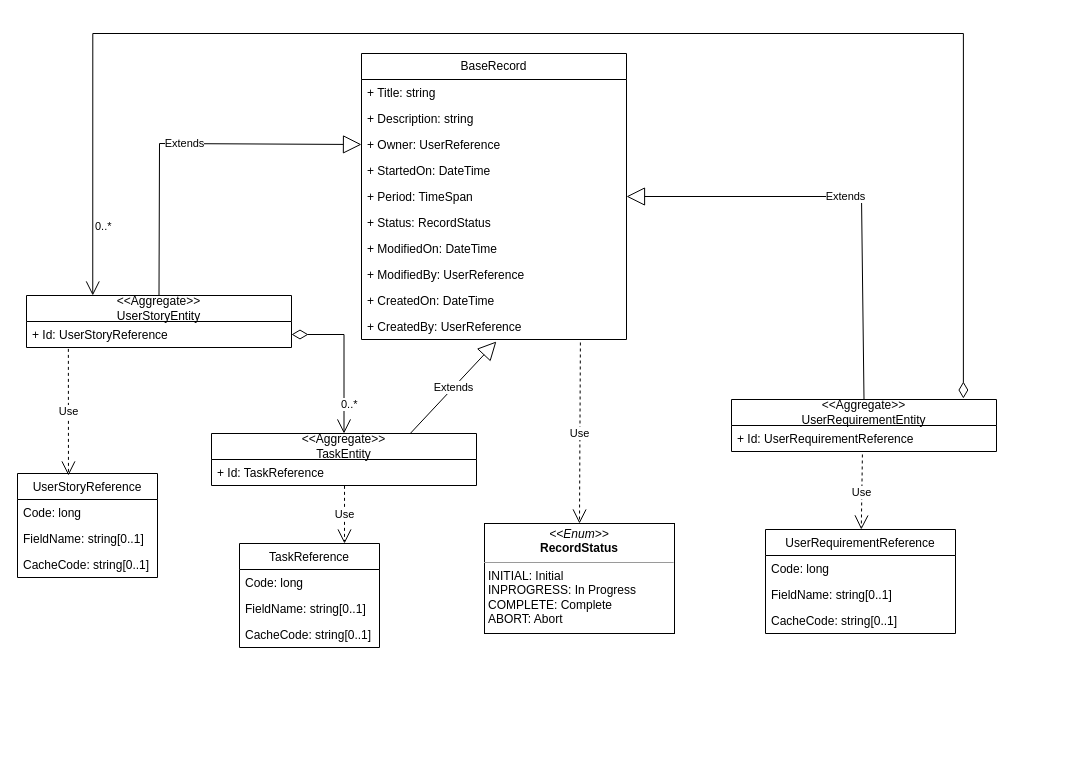
The draw.io diagram page "UserRequirement" (1 of 2) of UML/Domain/Domain.drawio in sdlfly2000/SimpleDashboard, before the edit. Source tidied: cells renumbered, new cells numbered last; positions are measured from the earlier drawing's top-left corner, leaving out a move shared by most shapes. Both pictures are drawn from the tidied source at 100%, with x=0, y=0 at pixel (17, 33).
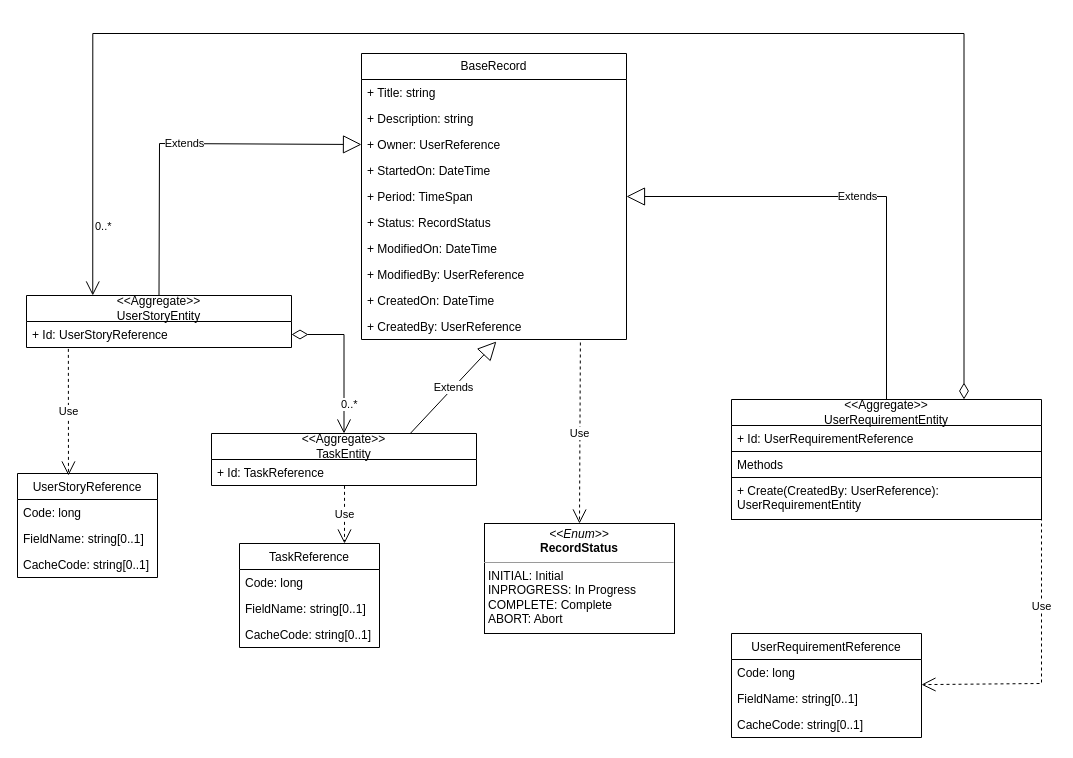
The same diagram, later.

Unchanged cells that the change refers to:
```xml
<mxCell id="2" value="&amp;lt;&amp;lt;Aggregate&amp;gt;&amp;gt;&lt;br&gt;UserStoryEntity" style="swimlane;fontStyle=0;horizontal=1;startSize=26;fillColor=none;whiteSpace=wrap;html=1;" parent="1" vertex="1">
  <mxGeometry x="9" y="262" width="265" height="52" as="geometry" />
</mxCell>
<mxCell id="30" value="+ Period: TimeSpan" style="text;strokeColor=none;fillColor=none;align=left;verticalAlign=top;spacingLeft=4;spacingRight=4;overflow=hidden;points=[[0,0.5],[1,0.5]];portConstraint=eastwest;whiteSpace=wrap;html=1;" parent="25" vertex="1">
  <mxGeometry y="130" width="265" height="26" as="geometry" />
</mxCell>
```

Change to the diagram source:
```diff
@@
     <mxCell id="18" value="&amp;lt;&amp;lt;Aggregate&amp;gt;&amp;gt;&lt;br&gt;UserRequirementEntity" style="swimlane;fontStyle=0;horizontal=1;startSize=26;fillColor=none;whiteSpace=wrap;html=1;" parent="1" vertex="1">
-      <mxGeometry x="714" y="366" width="265" height="52" as="geometry" />
+      <mxGeometry x="714" y="366" width="310" height="120" as="geometry" />
     </mxCell>
+    <mxCell id="41" value="+ Id: UserRequirementReference" style="text;strokeColor=none;fillColor=none;align=left;verticalAlign=top;spacingLeft=4;spacingRight=4;overflow=hidden;whiteSpace=wrap;html=1;" parent="18" vertex="1">
+      <mxGeometry y="26" width="310" height="26" as="geometry" />
+    </mxCell>
-    <mxCell id="19" value="+ Id: UserRequirementReference" style="text;strokeColor=none;fillColor=none;align=left;verticalAlign=top;spacingLeft=4;spacingRight=4;overflow=hidden;points=[[0,0.5],[1,0.5]];portConstraint=eastwest;whiteSpace=wrap;html=1;" parent="18" vertex="1">
-      <mxGeometry y="26" width="265" height="26" as="geometry" />
+    <mxCell id="19" value="Methods" style="text;strokeColor=default;fillColor=none;align=left;verticalAlign=top;spacingLeft=4;spacingRight=4;overflow=hidden;points=[[0,0.5],[1,0.5]];portConstraint=eastwest;whiteSpace=wrap;html=1;" parent="18" vertex="1">
+      <mxGeometry y="52" width="310" height="26" as="geometry" />
     </mxCell>
+    <mxCell id="42" value="+ Create(CreatedBy: UserReference): UserRequirementEntity" style="text;strokeColor=default;fillColor=none;align=left;verticalAlign=top;spacingLeft=4;spacingRight=4;overflow=hidden;whiteSpace=wrap;html=1;" parent="18" vertex="1">
+      <mxGeometry y="78" width="310" height="42" as="geometry" />
+    </mxCell>
     <mxCell id="20" value="UserRequirementReference" style="swimlane;fontStyle=0;horizontal=1;startSize=26;fillColor=none;" parent="1" vertex="1">
-      <mxGeometry x="748" y="496" width="190" height="104" as="geometry" />
+      <mxGeometry x="714" y="600" width="190" height="104" as="geometry" />
     </mxCell>
@@
-    <mxCell id="24" value="Use" style="endArrow=open;endSize=12;dashed=1;html=1;rounded=0;exitX=0.494;exitY=1.115;exitDx=0;exitDy=0;exitPerimeter=0;" parent="1" edge="1" source="19" target="20">
-      <mxGeometry relative="1" as="geometry" />
+    <mxCell id="24" value="Use" style="endArrow=open;endSize=12;dashed=1;html=1;rounded=0;exitX=1;exitY=0.25;exitDx=0;exitDy=0;" parent="1" edge="1" source="18" target="20">
+      <mxGeometry relative="1" as="geometry">
+        <Array as="points">
+          <mxPoint x="1024" y="386" />
+          <mxPoint x="1024" y="650" />
+        </Array>
+      </mxGeometry>
     </mxCell>
@@
     <mxCell id="36" value="Extends" style="endArrow=block;endSize=16;endFill=0;html=1;rounded=0;entryX=1;entryY=0.5;entryDx=0;entryDy=0;exitX=0.5;exitY=0;exitDx=0;exitDy=0;" parent="1" edge="1" source="18" target="30">
       <mxGeometry relative="1" as="geometry">
         <Array as="points">
-          <mxPoint x="844" y="163" />
+          <mxPoint x="869" y="163" />
         </Array>
       </mxGeometry>
     </mxCell>
@@
-    <mxCell id="40" value="0..*" style="endArrow=open;html=1;endSize=12;startArrow=diamondThin;startSize=14;startFill=0;edgeStyle=orthogonalEdgeStyle;align=left;verticalAlign=bottom;rounded=0;exitX=0.875;exitY=-0.019;exitDx=0;exitDy=0;exitPerimeter=0;entryX=0.25;entryY=0;entryDx=0;entryDy=0;" parent="1" edge="1" source="18" target="2">
+    <mxCell id="40" value="0..*" style="endArrow=open;html=1;endSize=12;startArrow=diamondThin;startSize=14;startFill=0;edgeStyle=orthogonalEdgeStyle;align=left;verticalAlign=bottom;rounded=0;exitX=0.75;exitY=0;exitDx=0;exitDy=0;entryX=0.25;entryY=0;entryDx=0;entryDy=0;" parent="1" edge="1" source="18" target="2">
       <mxGeometry x="0.92" y="1" relative="1" as="geometry">
         <Array as="points">
-          <mxPoint x="946" />
+          <mxPoint x="947" />
           <mxPoint x="75" />
         </Array>
       </mxGeometry>
     </mxCell>
```
